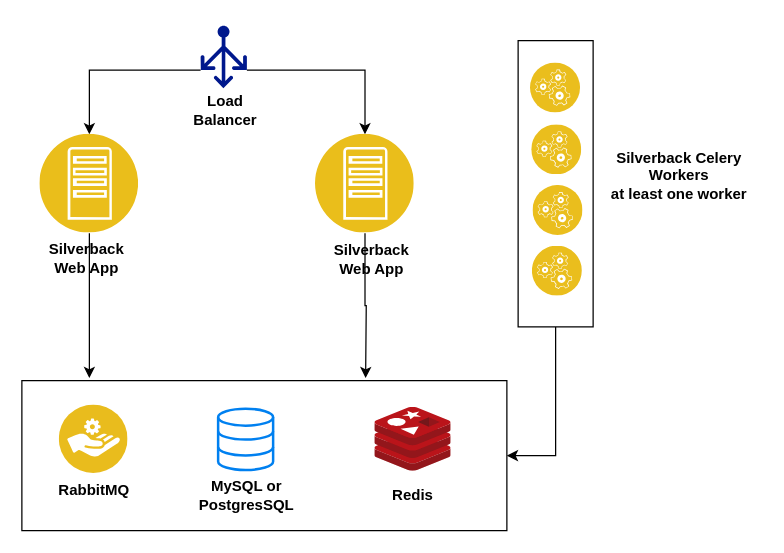
silverbackhq/silverback keeps this draw.io diagram as assets/chart.drawio. Above is the earlier version. Source tidied: cells renumbered, new cells numbered last; positions are measured from the earlier drawing's top-left corner, leaving out a move shared by most shapes. Both pictures are drawn from the tidied source at 125%, with x=0, y=0 at pixel (21, 25).
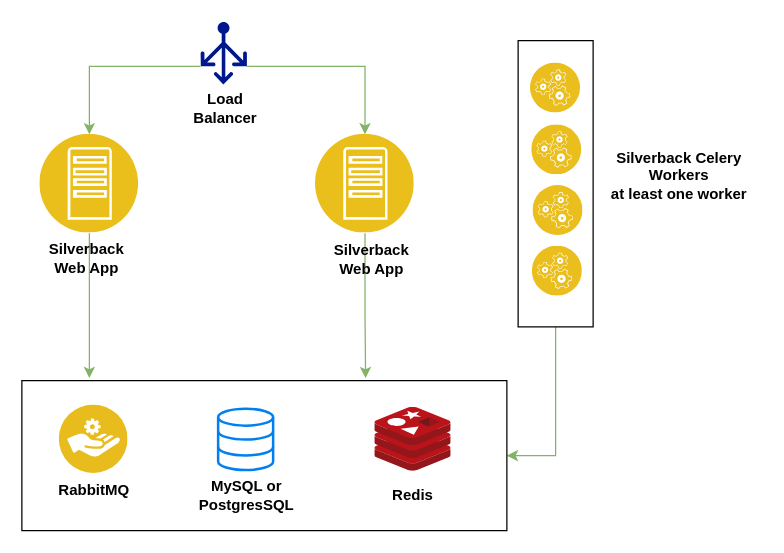
The same diagram, later.

The change refers to these unchanged cells:
```xml
<mxCell id="3" style="rounded=0;whiteSpace=wrap;html=1;fillColor=none;" parent="1" vertex="1">
  <mxGeometry x="397" y="12" width="60" height="229" as="geometry" />
</mxCell>
<mxCell id="4" style="rounded=0;whiteSpace=wrap;html=1;fillColor=none;" parent="1" vertex="1">
  <mxGeometry y="284" width="388" height="120" as="geometry" />
</mxCell>
<mxCell id="9" style="perimeter=ellipsePerimeter;html=1;align=center;shadow=0;dashed=0;fontColor=#4277BB;labelBackgroundColor=#ffffff;fontSize=12;spacingTop=3;image;image=img/lib/ibm/applications/app_server.svg;" parent="1" vertex="1">
  <mxGeometry x="14.5" y="87" width="79" height="79" as="geometry" />
</mxCell>
<mxCell id="11" style="perimeter=ellipsePerimeter;html=1;align=center;shadow=0;dashed=0;fontColor=#4277BB;labelBackgroundColor=#ffffff;fontSize=12;spacingTop=3;image;image=img/lib/ibm/applications/app_server.svg;" parent="1" vertex="1">
  <mxGeometry x="235" y="87" width="79" height="79" as="geometry" />
</mxCell>
```

Diff of the diagram source:
```diff
@@
-    <mxCell id="2" style="edgeStyle=orthogonalEdgeStyle;rounded=0;jettySize=auto;html=1;exitX=0.5;exitY=1;exitDx=0;exitDy=0;entryX=1;entryY=0.5;entryDx=0;entryDy=0;" parent="1" edge="1" source="3" target="4">
+    <mxCell id="2" style="edgeStyle=orthogonalEdgeStyle;rounded=0;jettySize=auto;html=1;exitX=0.5;exitY=1;exitDx=0;exitDy=0;entryX=1;entryY=0.5;entryDx=0;entryDy=0;fillColor=#d5e8d4;strokeColor=#82b366;" parent="1" edge="1" source="3" target="4">
       <mxGeometry relative="1" as="geometry" />
     </mxCell>
@@
-    <mxCell id="5" style="edgeStyle=orthogonalEdgeStyle;rounded=0;jettySize=auto;html=1;exitX=1;exitY=0.71;exitDx=0;exitDy=0;exitPerimeter=0;" parent="1" edge="1" source="7" target="11">
+    <mxCell id="5" style="edgeStyle=orthogonalEdgeStyle;rounded=0;jettySize=auto;html=1;exitX=1;exitY=0.71;exitDx=0;exitDy=0;exitPerimeter=0;fillColor=#d5e8d4;strokeColor=#82b366;" parent="1" edge="1" source="7" target="11">
       <mxGeometry relative="1" as="geometry" />
     </mxCell>
-    <mxCell id="6" style="edgeStyle=orthogonalEdgeStyle;rounded=0;jettySize=auto;html=1;exitX=0;exitY=0.71;exitDx=0;exitDy=0;exitPerimeter=0;entryX=0.5;entryY=0;entryDx=0;entryDy=0;" parent="1" edge="1" source="7" target="9">
+    <mxCell id="6" style="edgeStyle=orthogonalEdgeStyle;rounded=0;jettySize=auto;html=1;exitX=0;exitY=0.71;exitDx=0;exitDy=0;exitPerimeter=0;entryX=0.5;entryY=0;entryDx=0;entryDy=0;fillColor=#d5e8d4;strokeColor=#82b366;" parent="1" edge="1" source="7" target="9">
       <mxGeometry relative="1" as="geometry" />
     </mxCell>
     <mxCell id="7" style="shadow=0;dashed=0;html=1;strokeColor=none;labelPosition=center;verticalLabelPosition=bottom;verticalAlign=top;align=center;shape=mxgraph.azure.load_balancer_generic;fillColor=#00188D;" parent="1" vertex="1">
-      <mxGeometry x="143" width="37" height="50" as="geometry" />
+      <mxGeometry x="143" y="-3" width="37" height="50" as="geometry" />
     </mxCell>
-    <mxCell id="8" style="edgeStyle=orthogonalEdgeStyle;rounded=0;jettySize=auto;html=1;exitX=0.5;exitY=1;exitDx=0;exitDy=0;" parent="1" edge="1" source="9">
+    <mxCell id="8" style="edgeStyle=orthogonalEdgeStyle;rounded=0;jettySize=auto;html=1;exitX=0.5;exitY=1;exitDx=0;exitDy=0;fillColor=#d5e8d4;strokeColor=#82b366;" parent="1" edge="1" source="9">
       <mxGeometry relative="1" as="geometry">
         <mxPoint x="54" y="282" as="targetPoint" />
       </mxGeometry>
     </mxCell>
@@
-    <mxCell id="10" style="edgeStyle=orthogonalEdgeStyle;rounded=0;jettySize=auto;html=1;exitX=0.5;exitY=1;exitDx=0;exitDy=0;" parent="1" edge="1" source="11">
+    <mxCell id="10" style="edgeStyle=orthogonalEdgeStyle;rounded=0;jettySize=auto;html=1;exitX=0.5;exitY=1;exitDx=0;exitDy=0;fillColor=#d5e8d4;strokeColor=#82b366;" parent="1" edge="1" source="11">
       <mxGeometry relative="1" as="geometry">
         <mxPoint x="275" y="282" as="targetPoint" />
+        <Array as="points">
+          <mxPoint x="275" y="232" />
+          <mxPoint x="275" y="232" />
+        </Array>
       </mxGeometry>
     </mxCell>
@@
     <mxCell id="25" value="Load Balancer" style="text;html=1;strokeColor=none;fillColor=none;align=center;verticalAlign=middle;whiteSpace=wrap;rounded=0;fontStyle=1;" parent="1" vertex="1">
-      <mxGeometry x="143" y="58" width="40" height="20" as="geometry" />
+      <mxGeometry x="143" y="56" width="40" height="20" as="geometry" />
     </mxCell>
```
